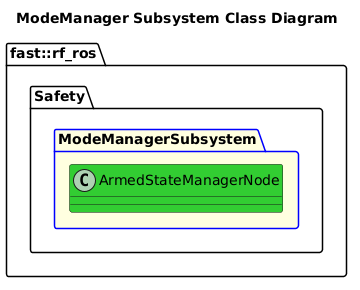
Above: Systems/Safety/Subsystems/ModeManager/doc/puml/ModeManagerSubsystemClassDiagram.png in fastrobotics/robot_framework_ros (PlantUML), before the change.
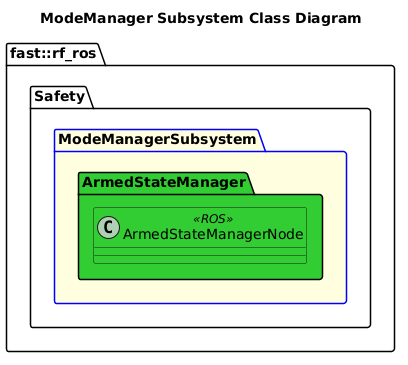
The same file after the commit.

Change to the diagram source:
```diff
@@ -4,8 +4,10 @@
 namespace fast::rf_ros {
     namespace Safety {
         package ModeManagerSubsystem #LightYellow;line:blue {
-            class ArmedStateManagerNode #LimeGreen {
+            namespace ArmedStateManager #LimeGreen {
+                class ArmedStateManagerNode <<ROS>> #LimeGreen {
 
+                }
             }
         }
     }
```
